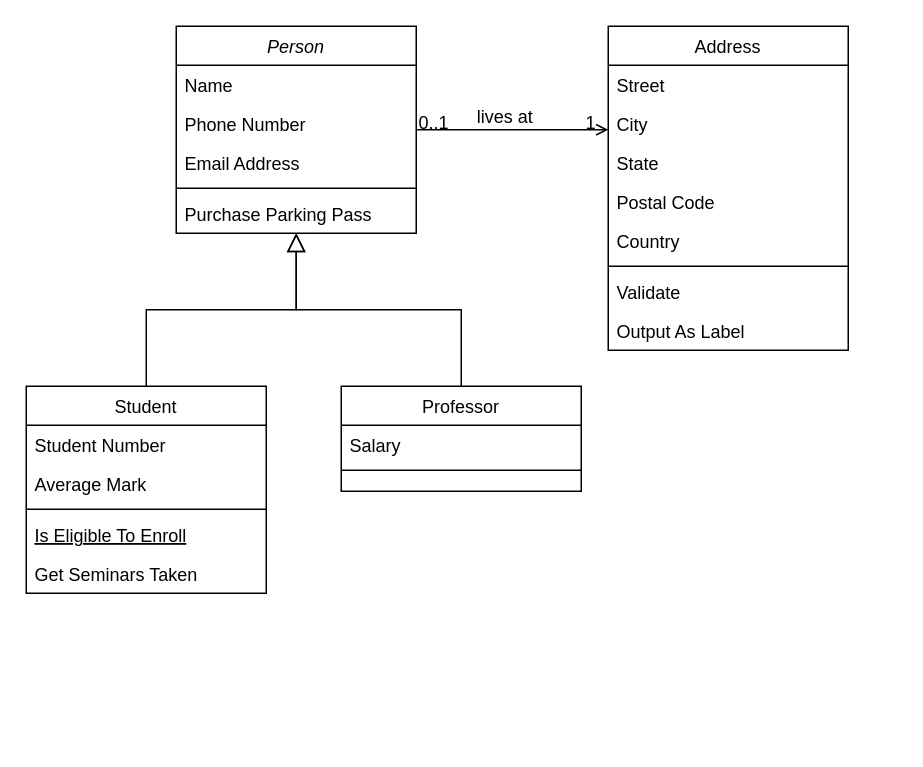
Earlier version of the draw.io diagram LoginAuthentication.drawio (AKing982/SmartInventory). Source tidied: cells renumbered, new cells numbered last; positions are measured from the earlier drawing's top-left corner, leaving out a move shared by most shapes. Both pictures are drawn from the tidied source at 150%, with x=0, y=0 at pixel (26, 26).
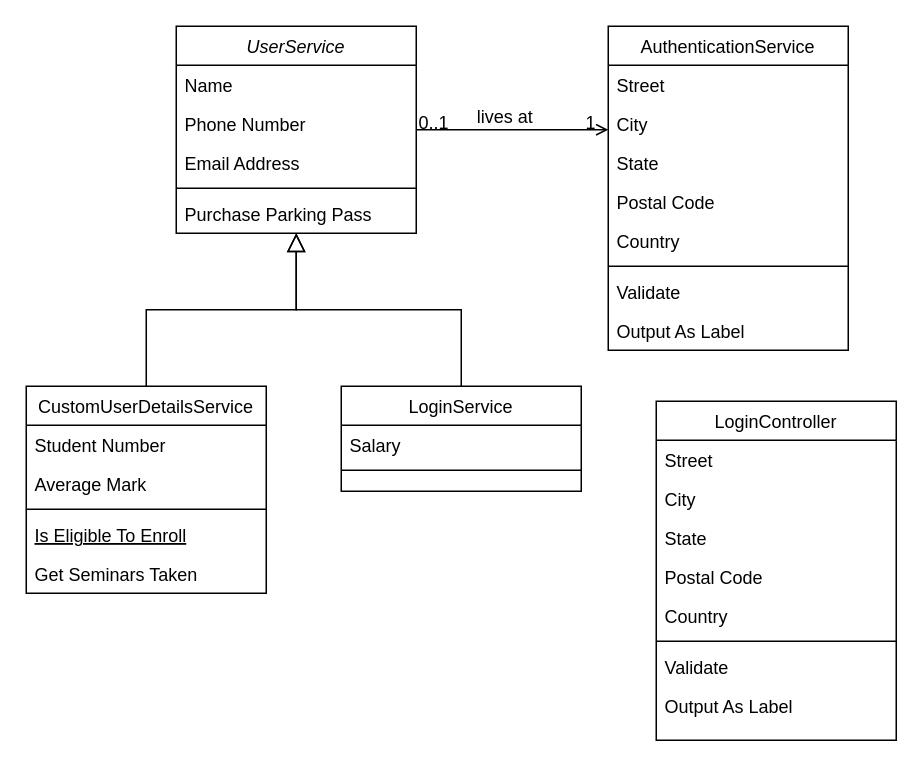
The same diagram, later.

What changed in the source:
```diff
@@
-    <mxCell id="2" value="Person" style="swimlane;fontStyle=2;align=center;verticalAlign=top;horizontal=1;startSize=26;rounded=0;shadow=0;strokeWidth=1;" parent="1" vertex="1">
+    <mxCell id="2" value="UserService" style="swimlane;fontStyle=2;align=center;verticalAlign=top;horizontal=1;startSize=26;rounded=0;shadow=0;strokeWidth=1;" parent="1" vertex="1">
       <mxGeometry x="100" width="160" height="138" as="geometry" />
     </mxCell>
@@
-    <mxCell id="8" value="Student" style="swimlane;fontStyle=0;align=center;verticalAlign=top;horizontal=1;startSize=26;rounded=0;shadow=0;strokeWidth=1;" parent="1" vertex="1">
+    <mxCell id="8" value="CustomUserDetailsService" style="swimlane;fontStyle=0;align=center;verticalAlign=top;horizontal=1;startSize=26;rounded=0;shadow=0;strokeWidth=1;" parent="1" vertex="1">
       <mxGeometry y="240" width="160" height="138" as="geometry" />
     </mxCell>
@@
-    <mxCell id="15" value="Professor" style="swimlane;fontStyle=0;align=center;verticalAlign=top;horizontal=1;startSize=26;rounded=0;shadow=0;strokeWidth=1;" parent="1" vertex="1">
+    <mxCell id="15" value="LoginService" style="swimlane;fontStyle=0;align=center;verticalAlign=top;horizontal=1;startSize=26;rounded=0;shadow=0;strokeWidth=1;" parent="1" vertex="1">
       <mxGeometry x="210" y="240" width="160" height="70" as="geometry" />
     </mxCell>
@@
-    <mxCell id="19" value="Address" style="swimlane;fontStyle=0;align=center;verticalAlign=top;horizontal=1;startSize=26;rounded=0;shadow=0;strokeWidth=1;" parent="1" vertex="1">
+    <mxCell id="19" value="AuthenticationService" style="swimlane;fontStyle=0;align=center;verticalAlign=top;horizontal=1;startSize=26;rounded=0;shadow=0;strokeWidth=1;" parent="1" vertex="1">
       <mxGeometry x="388" width="160" height="216" as="geometry" />
     </mxCell>
@@
+    <mxCell id="32" value="LoginController" style="swimlane;fontStyle=0;align=center;verticalAlign=top;horizontal=1;startSize=26;rounded=0;shadow=0;strokeWidth=1;" parent="1" vertex="1">
+      <mxGeometry x="420" y="250" width="160" height="226" as="geometry" />
+    </mxCell>
+    <mxCell id="33" value="Street" style="text;align=left;verticalAlign=top;spacingLeft=4;spacingRight=4;overflow=hidden;" parent="32" vertex="1">
+      <mxGeometry y="26" width="160" height="26" as="geometry" />
+    </mxCell>
+    <mxCell id="34" value="City" style="text;align=left;verticalAlign=top;spacingLeft=4;spacingRight=4;overflow=hidden;rounded=0;shadow=0;html=0;" parent="32" vertex="1">
+      <mxGeometry y="52" width="160" height="26" as="geometry" />
+    </mxCell>
+    <mxCell id="35" value="State" style="text;align=left;verticalAlign=top;spacingLeft=4;spacingRight=4;overflow=hidden;rounded=0;shadow=0;html=0;" parent="32" vertex="1">
+      <mxGeometry y="78" width="160" height="26" as="geometry" />
+    </mxCell>
+    <mxCell id="36" value="Postal Code" style="text;align=left;verticalAlign=top;spacingLeft=4;spacingRight=4;overflow=hidden;rounded=0;shadow=0;html=0;" parent="32" vertex="1">
+      <mxGeometry y="104" width="160" height="26" as="geometry" />
+    </mxCell>
+    <mxCell id="37" value="Country" style="text;align=left;verticalAlign=top;spacingLeft=4;spacingRight=4;overflow=hidden;rounded=0;shadow=0;html=0;" parent="32" vertex="1">
+      <mxGeometry y="130" width="160" height="26" as="geometry" />
+    </mxCell>
+    <mxCell id="38" style="line;html=1;strokeWidth=1;align=left;verticalAlign=middle;spacingTop=-1;spacingLeft=3;spacingRight=3;labelPosition=right;" parent="32" vertex="1">
+      <mxGeometry y="156" width="160" height="8" as="geometry" />
+    </mxCell>
+    <mxCell id="39" value="Validate" style="text;align=left;verticalAlign=top;spacingLeft=4;spacingRight=4;overflow=hidden;" parent="32" vertex="1">
+      <mxGeometry y="164" width="160" height="26" as="geometry" />
+    </mxCell>
+    <mxCell id="40" value="Output As Label" style="text;align=left;verticalAlign=top;spacingLeft=4;spacingRight=4;overflow=hidden;" parent="32" vertex="1">
+      <mxGeometry y="190" width="160" height="26" as="geometry" />
+    </mxCell>
```
